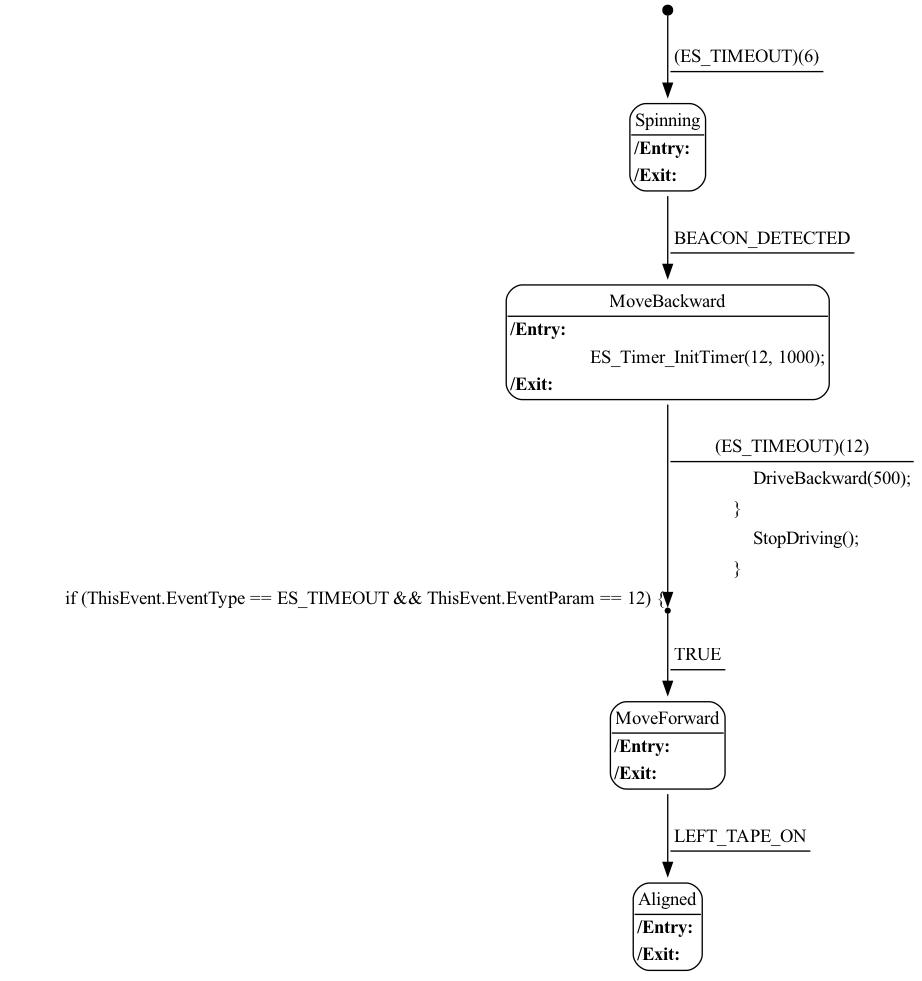
Earlier version of the Graphviz export final.X/StartingSubHSM.c.png (kjconway5/ece118final). Its source is kept beside it as final.X/StartingSubHSM.c.gv.
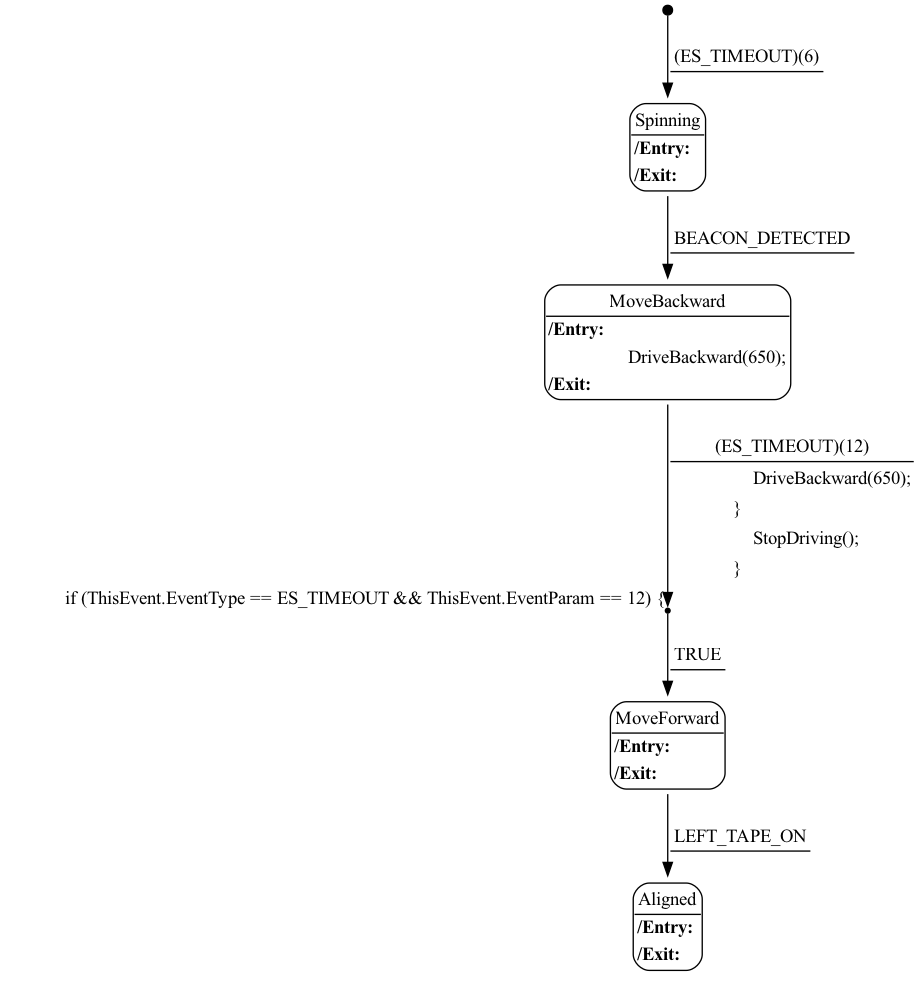
The same diagram one commit later.

The edit, as a diff of the source:
```diff
@@ -24,7 +24,7 @@
         <TR>
             <TD ALIGN="LEFT"><B>/Entry: </B></TD>
         </TR>
-        <TR><TD ALIGN="LEFT">                ES_Timer_InitTimer(12, 1000);</TD></TR>
+        <TR><TD ALIGN="LEFT">                DriveBackward(650);</TD></TR>
         <TR>
             <TD ALIGN="LEFT"><B>/Exit: </B></TD>
         </TR>
@@ -71,7 +71,7 @@
 
 MoveBackward -> 244[label=<<TABLE BORDER="0" CELLBORDER="0">
         <TR><TD BORDER="1" SIDES="B">(ES_TIMEOUT)(12)</TD></TR>
-            <TR><TD ALIGN="LEFT">                DriveBackward(500);</TD></TR>
+            <TR><TD ALIGN="LEFT">                DriveBackward(650);</TD></TR>
             <TR><TD ALIGN="LEFT">            }</TD></TR>
             <TR><TD ALIGN="LEFT">                StopDriving();</TD></TR>
             <TR><TD ALIGN="LEFT">            }</TD></TR>
```
